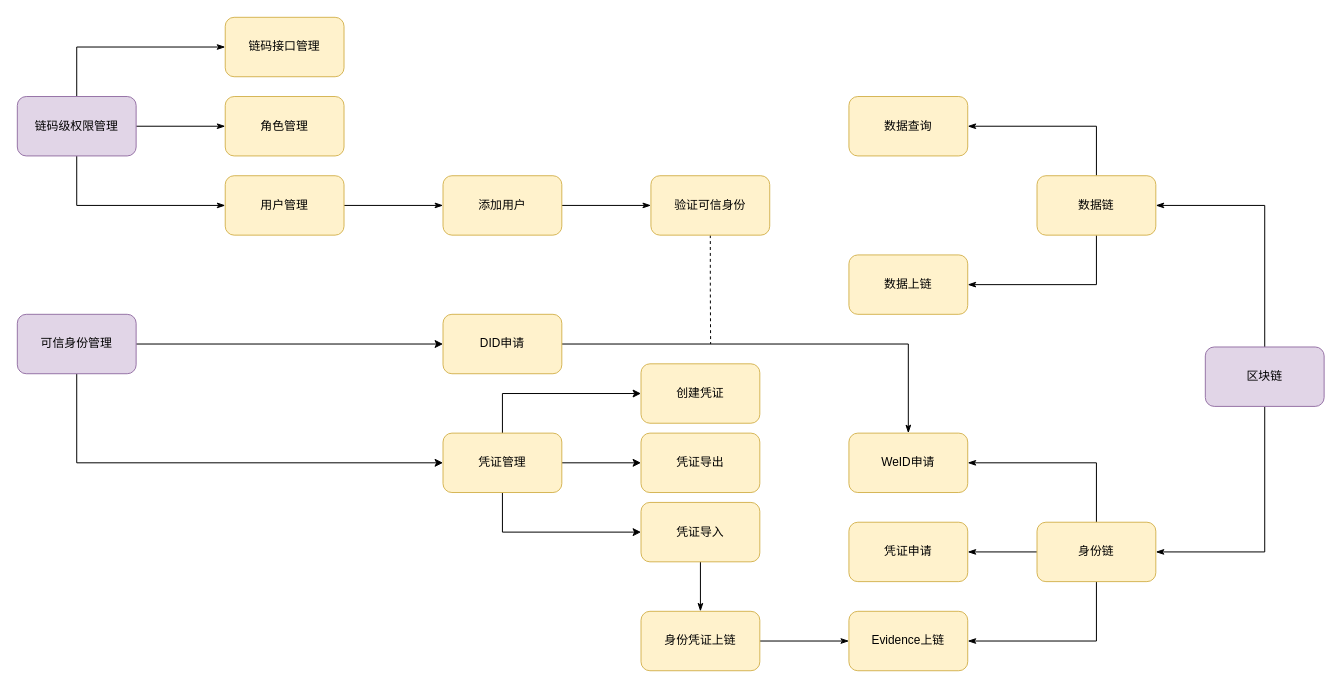
This is 业务流程图.drawio from doubleBeans/doubleBeans, a draw.io file, before an edit. Source tidied: cells renumbered, new cells numbered last; positions are measured from the earlier drawing's top-left corner, leaving out a move shared by most shapes. Both pictures are drawn from the tidied source at 99%, with x=0, y=0 at pixel (17, 17).
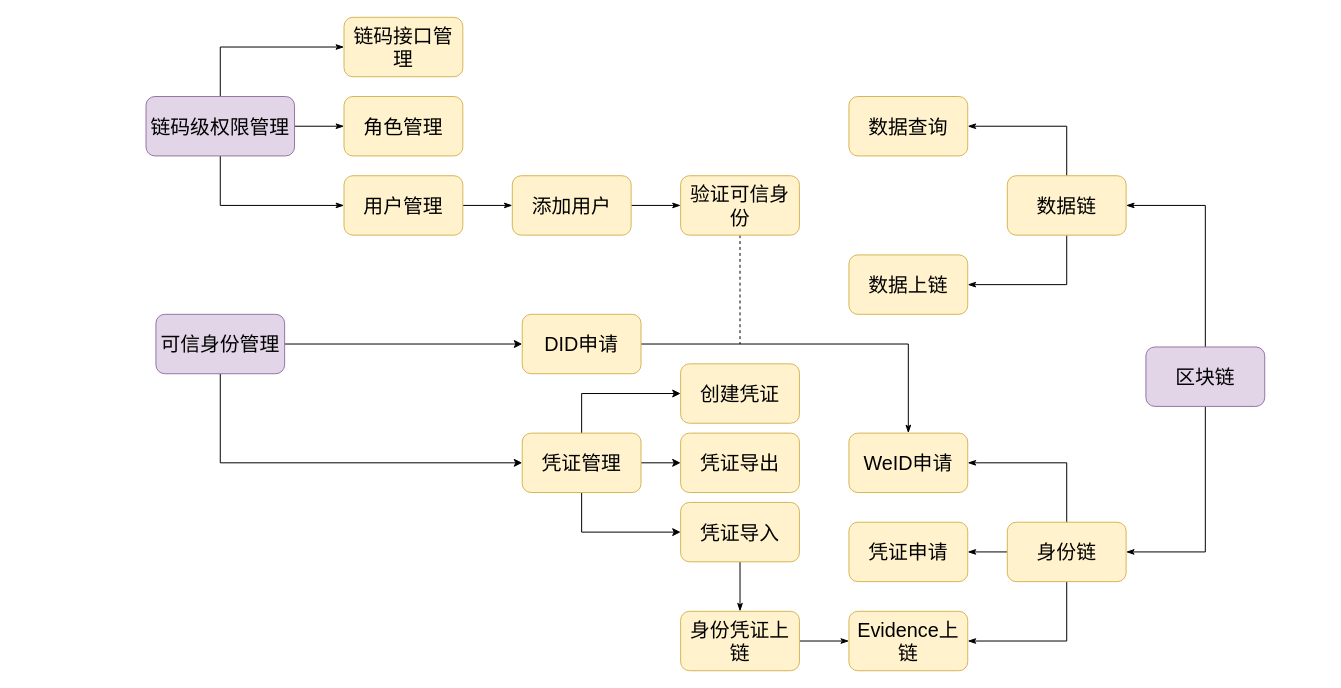
The same page after the edit.

Commit message:
Update 业务流程图.drawio

The edit, as a diff of the source:
```diff
@@
-    <mxCell id="2" style="edgeStyle=orthogonalEdgeStyle;rounded=0;jettySize=auto;html=1;exitX=0.5;exitY=1;exitDx=0;exitDy=0;entryX=0;entryY=0.5;entryDx=0;entryDy=0;" parent="1" edge="1" source="4" target="10">
+    <mxCell id="2" style="edgeStyle=orthogonalEdgeStyle;rounded=0;jettySize=auto;html=1;exitX=0.5;exitY=1;exitDx=0;exitDy=0;entryX=0;entryY=0.5;entryDx=0;entryDy=0;fontSize=20;" parent="1" edge="1" source="4" target="10">
       <mxGeometry relative="1" as="geometry" />
     </mxCell>
-    <mxCell id="3" style="edgeStyle=orthogonalEdgeStyle;rounded=0;jettySize=auto;html=1;exitX=1;exitY=0.5;exitDx=0;exitDy=0;" parent="1" edge="1" source="4" target="6">
+    <mxCell id="3" style="edgeStyle=orthogonalEdgeStyle;rounded=0;jettySize=auto;html=1;exitX=1;exitY=0.5;exitDx=0;exitDy=0;fontSize=20;" parent="1" edge="1" source="4" target="6">
       <mxGeometry relative="1" as="geometry" />
     </mxCell>
-    <mxCell id="4" value="可信身份管理" style="rounded=1;whiteSpace=wrap;html=1;fillColor=#e1d5e7;strokeColor=#9673a6;" parent="1" vertex="1">
-      <mxGeometry y="300" width="120" height="60" as="geometry" />
+    <mxCell id="4" value="可信身份管理" style="rounded=1;whiteSpace=wrap;html=1;fillColor=#e1d5e7;strokeColor=#9673a6;fontSize=20;" parent="1" vertex="1">
+      <mxGeometry x="140" y="300" width="130" height="60" as="geometry" />
     </mxCell>
-    <mxCell id="5" style="edgeStyle=orthogonalEdgeStyle;rounded=0;jettySize=auto;html=1;exitX=1;exitY=0.5;exitDx=0;exitDy=0;endArrow=classicThin;endFill=1;" parent="1" edge="1" source="6" target="19">
+    <mxCell id="5" style="edgeStyle=orthogonalEdgeStyle;rounded=0;jettySize=auto;html=1;exitX=1;exitY=0.5;exitDx=0;exitDy=0;endArrow=classicThin;endFill=1;fontSize=20;" parent="1" edge="1" source="6" target="19">
       <mxGeometry relative="1" as="geometry" />
     </mxCell>
-    <mxCell id="6" value="DID申请" style="rounded=1;whiteSpace=wrap;html=1;fillColor=#fff2cc;strokeColor=#d6b656;" parent="1" vertex="1">
-      <mxGeometry x="430" y="300" width="120" height="60" as="geometry" />
+    <mxCell id="6" value="DID申请" style="rounded=1;whiteSpace=wrap;html=1;fillColor=#fff2cc;strokeColor=#d6b656;fontSize=20;" parent="1" vertex="1">
+      <mxGeometry x="510" y="300" width="120" height="60" as="geometry" />
     </mxCell>
-    <mxCell id="7" style="edgeStyle=orthogonalEdgeStyle;rounded=0;jettySize=auto;html=1;exitX=0.5;exitY=0;exitDx=0;exitDy=0;entryX=0;entryY=0.5;entryDx=0;entryDy=0;" parent="1" edge="1" source="10" target="12">
+    <mxCell id="7" style="edgeStyle=orthogonalEdgeStyle;rounded=0;jettySize=auto;html=1;exitX=0.5;exitY=0;exitDx=0;exitDy=0;entryX=0;entryY=0.5;entryDx=0;entryDy=0;fontSize=20;" parent="1" edge="1" source="10" target="12">
       <mxGeometry relative="1" as="geometry" />
     </mxCell>
-    <mxCell id="8" style="edgeStyle=orthogonalEdgeStyle;rounded=0;jettySize=auto;html=1;exitX=1;exitY=0.5;exitDx=0;exitDy=0;entryX=0;entryY=0.5;entryDx=0;entryDy=0;" parent="1" edge="1" source="10" target="11">
+    <mxCell id="8" style="edgeStyle=orthogonalEdgeStyle;rounded=0;jettySize=auto;html=1;exitX=1;exitY=0.5;exitDx=0;exitDy=0;entryX=0;entryY=0.5;entryDx=0;entryDy=0;fontSize=20;" parent="1" edge="1" source="10" target="11">
       <mxGeometry relative="1" as="geometry" />
     </mxCell>
-    <mxCell id="9" style="edgeStyle=orthogonalEdgeStyle;rounded=0;jettySize=auto;html=1;exitX=0.5;exitY=1;exitDx=0;exitDy=0;entryX=0;entryY=0.5;entryDx=0;entryDy=0;" parent="1" edge="1" source="10" target="14">
+    <mxCell id="9" style="edgeStyle=orthogonalEdgeStyle;rounded=0;jettySize=auto;html=1;exitX=0.5;exitY=1;exitDx=0;exitDy=0;entryX=0;entryY=0.5;entryDx=0;entryDy=0;fontSize=20;" parent="1" edge="1" source="10" target="14">
       <mxGeometry relative="1" as="geometry" />
     </mxCell>
-    <mxCell id="10" value="凭证管理" style="rounded=1;whiteSpace=wrap;html=1;fillColor=#fff2cc;strokeColor=#d6b656;" parent="1" vertex="1">
-      <mxGeometry x="430" y="420" width="120" height="60" as="geometry" />
+    <mxCell id="10" value="凭证管理" style="rounded=1;whiteSpace=wrap;html=1;fillColor=#fff2cc;strokeColor=#d6b656;fontSize=20;" parent="1" vertex="1">
+      <mxGeometry x="510" y="420" width="120" height="60" as="geometry" />
     </mxCell>
-    <mxCell id="11" value="凭证导出" style="rounded=1;whiteSpace=wrap;html=1;fillColor=#fff2cc;strokeColor=#d6b656;" parent="1" vertex="1">
-      <mxGeometry x="630" y="420" width="120" height="60" as="geometry" />
+    <mxCell id="11" value="凭证导出" style="rounded=1;whiteSpace=wrap;html=1;fillColor=#fff2cc;strokeColor=#d6b656;fontSize=20;" parent="1" vertex="1">
+      <mxGeometry x="670" y="420" width="120" height="60" as="geometry" />
     </mxCell>
-    <mxCell id="12" value="创建凭证" style="rounded=1;whiteSpace=wrap;html=1;fillColor=#fff2cc;strokeColor=#d6b656;" parent="1" vertex="1">
-      <mxGeometry x="630" y="350" width="120" height="60" as="geometry" />
+    <mxCell id="12" value="创建凭证" style="rounded=1;whiteSpace=wrap;html=1;fillColor=#fff2cc;strokeColor=#d6b656;fontSize=20;" parent="1" vertex="1">
+      <mxGeometry x="670" y="350" width="120" height="60" as="geometry" />
     </mxCell>
-    <mxCell id="13" style="edgeStyle=orthogonalEdgeStyle;rounded=0;jettySize=auto;html=1;exitX=0.5;exitY=1;exitDx=0;exitDy=0;entryX=0.5;entryY=0;entryDx=0;entryDy=0;endArrow=classicThin;endFill=1;" parent="1" edge="1" source="14" target="16">
+    <mxCell id="13" style="edgeStyle=orthogonalEdgeStyle;rounded=0;jettySize=auto;html=1;exitX=0.5;exitY=1;exitDx=0;exitDy=0;entryX=0.5;entryY=0;entryDx=0;entryDy=0;endArrow=classicThin;endFill=1;fontSize=20;" parent="1" edge="1" source="14" target="16">
       <mxGeometry relative="1" as="geometry" />
     </mxCell>
-    <mxCell id="14" value="凭证导入" style="rounded=1;whiteSpace=wrap;html=1;fillColor=#fff2cc;strokeColor=#d6b656;" parent="1" vertex="1">
-      <mxGeometry x="630" y="490" width="120" height="60" as="geometry" />
+    <mxCell id="14" value="凭证导入" style="rounded=1;whiteSpace=wrap;html=1;fillColor=#fff2cc;strokeColor=#d6b656;fontSize=20;" parent="1" vertex="1">
+      <mxGeometry x="670" y="490" width="120" height="60" as="geometry" />
     </mxCell>
-    <mxCell id="15" style="edgeStyle=orthogonalEdgeStyle;rounded=0;jettySize=auto;html=1;exitX=1;exitY=0.5;exitDx=0;exitDy=0;entryX=0;entryY=0.5;entryDx=0;entryDy=0;endArrow=classicThin;endFill=1;" parent="1" edge="1" source="16" target="17">
+    <mxCell id="15" style="edgeStyle=orthogonalEdgeStyle;rounded=0;jettySize=auto;html=1;exitX=1;exitY=0.5;exitDx=0;exitDy=0;entryX=0;entryY=0.5;entryDx=0;entryDy=0;endArrow=classicThin;endFill=1;fontSize=20;" parent="1" edge="1" source="16" target="17">
       <mxGeometry relative="1" as="geometry" />
     </mxCell>
-    <mxCell id="16" value="身份凭证上链" style="rounded=1;whiteSpace=wrap;html=1;fillColor=#fff2cc;strokeColor=#d6b656;" parent="1" vertex="1">
-      <mxGeometry x="630" y="600" width="120" height="60" as="geometry" />
+    <mxCell id="16" value="身份凭证上链" style="rounded=1;whiteSpace=wrap;html=1;fillColor=#fff2cc;strokeColor=#d6b656;fontSize=20;" parent="1" vertex="1">
+      <mxGeometry x="670" y="600" width="120" height="60" as="geometry" />
     </mxCell>
-    <mxCell id="17" value="Evidence上链" style="rounded=1;whiteSpace=wrap;html=1;fillColor=#fff2cc;strokeColor=#d6b656;" parent="1" vertex="1">
+    <mxCell id="17" value="Evidence上链" style="rounded=1;whiteSpace=wrap;html=1;fillColor=#fff2cc;strokeColor=#d6b656;fontSize=20;" parent="1" vertex="1">
       <mxGeometry x="840" y="600" width="120" height="60" as="geometry" />
     </mxCell>
-    <mxCell id="18" value="凭证申请" style="rounded=1;whiteSpace=wrap;html=1;fillColor=#fff2cc;strokeColor=#d6b656;" parent="1" vertex="1">
+    <mxCell id="18" value="凭证申请" style="rounded=1;whiteSpace=wrap;html=1;fillColor=#fff2cc;strokeColor=#d6b656;fontSize=20;" parent="1" vertex="1">
       <mxGeometry x="840" y="510" width="120" height="60" as="geometry" />
     </mxCell>
-    <mxCell id="19" value="WeID申请" style="rounded=1;whiteSpace=wrap;html=1;fillColor=#fff2cc;strokeColor=#d6b656;" parent="1" vertex="1">
+    <mxCell id="19" value="WeID申请" style="rounded=1;whiteSpace=wrap;html=1;fillColor=#fff2cc;strokeColor=#d6b656;fontSize=20;" parent="1" vertex="1">
       <mxGeometry x="840" y="420" width="120" height="60" as="geometry" />
     </mxCell>
-    <mxCell id="20" style="edgeStyle=orthogonalEdgeStyle;rounded=0;jettySize=auto;html=1;exitX=0.5;exitY=1;exitDx=0;exitDy=0;entryX=1;entryY=0.5;entryDx=0;entryDy=0;endArrow=classicThin;endFill=1;" parent="1" edge="1" source="23" target="17">
+    <mxCell id="20" style="edgeStyle=orthogonalEdgeStyle;rounded=0;jettySize=auto;html=1;exitX=0.5;exitY=1;exitDx=0;exitDy=0;entryX=1;entryY=0.5;entryDx=0;entryDy=0;endArrow=classicThin;endFill=1;fontSize=20;" parent="1" edge="1" source="23" target="17">
       <mxGeometry relative="1" as="geometry" />
     </mxCell>
-    <mxCell id="21" style="edgeStyle=orthogonalEdgeStyle;rounded=0;jettySize=auto;html=1;exitX=0;exitY=0.5;exitDx=0;exitDy=0;entryX=1;entryY=0.5;entryDx=0;entryDy=0;endArrow=classicThin;endFill=1;" parent="1" edge="1" source="23" target="18">
+    <mxCell id="21" style="edgeStyle=orthogonalEdgeStyle;rounded=0;jettySize=auto;html=1;exitX=0;exitY=0.5;exitDx=0;exitDy=0;entryX=1;entryY=0.5;entryDx=0;entryDy=0;endArrow=classicThin;endFill=1;fontSize=20;" parent="1" edge="1" source="23" target="18">
       <mxGeometry relative="1" as="geometry" />
     </mxCell>
-    <mxCell id="22" style="edgeStyle=orthogonalEdgeStyle;rounded=0;jettySize=auto;html=1;exitX=0.5;exitY=0;exitDx=0;exitDy=0;entryX=1;entryY=0.5;entryDx=0;entryDy=0;endArrow=classicThin;endFill=1;" parent="1" edge="1" source="23" target="19">
+    <mxCell id="22" style="edgeStyle=orthogonalEdgeStyle;rounded=0;jettySize=auto;html=1;exitX=0.5;exitY=0;exitDx=0;exitDy=0;entryX=1;entryY=0.5;entryDx=0;entryDy=0;endArrow=classicThin;endFill=1;fontSize=20;" parent="1" edge="1" source="23" target="19">
       <mxGeometry relative="1" as="geometry" />
     </mxCell>
-    <mxCell id="23" value="身份链" style="rounded=1;whiteSpace=wrap;html=1;fillColor=#fff2cc;strokeColor=#d6b656;" parent="1" vertex="1">
-      <mxGeometry x="1030" y="510" width="120" height="60" as="geometry" />
+    <mxCell id="23" value="身份链" style="rounded=1;whiteSpace=wrap;html=1;fillColor=#fff2cc;strokeColor=#d6b656;fontSize=20;" parent="1" vertex="1">
+      <mxGeometry x="1000" y="510" width="120" height="60" as="geometry" />
     </mxCell>
-    <mxCell id="24" style="edgeStyle=orthogonalEdgeStyle;rounded=0;jettySize=auto;html=1;exitX=0.5;exitY=1;exitDx=0;exitDy=0;entryX=1;entryY=0.5;entryDx=0;entryDy=0;endArrow=classicThin;endFill=1;" parent="1" edge="1" source="26" target="23">
+    <mxCell id="24" style="edgeStyle=orthogonalEdgeStyle;rounded=0;jettySize=auto;html=1;exitX=0.5;exitY=1;exitDx=0;exitDy=0;entryX=1;entryY=0.5;entryDx=0;entryDy=0;endArrow=classicThin;endFill=1;fontSize=20;" parent="1" edge="1" source="26" target="23">
       <mxGeometry relative="1" as="geometry" />
     </mxCell>
-    <mxCell id="25" style="edgeStyle=orthogonalEdgeStyle;rounded=0;jettySize=auto;html=1;exitX=0.5;exitY=0;exitDx=0;exitDy=0;entryX=1;entryY=0.5;entryDx=0;entryDy=0;endArrow=classicThin;endFill=1;" parent="1" edge="1" source="26" target="41">
+    <mxCell id="25" style="edgeStyle=orthogonalEdgeStyle;rounded=0;jettySize=auto;html=1;exitX=0.5;exitY=0;exitDx=0;exitDy=0;entryX=1;entryY=0.5;entryDx=0;entryDy=0;endArrow=classicThin;endFill=1;fontSize=20;" parent="1" edge="1" source="26" target="41">
       <mxGeometry relative="1" as="geometry" />
     </mxCell>
-    <mxCell id="26" value="区块链" style="rounded=1;whiteSpace=wrap;html=1;fillColor=#e1d5e7;strokeColor=#9673a6;" parent="1" vertex="1">
-      <mxGeometry x="1200" y="333" width="120" height="60" as="geometry" />
+    <mxCell id="26" value="区块链" style="rounded=1;whiteSpace=wrap;html=1;fillColor=#e1d5e7;strokeColor=#9673a6;fontSize=20;" parent="1" vertex="1">
+      <mxGeometry x="1140" y="333" width="120" height="60" as="geometry" />
     </mxCell>
-    <mxCell id="27" style="edgeStyle=orthogonalEdgeStyle;rounded=0;jettySize=auto;html=1;exitX=1;exitY=0.5;exitDx=0;exitDy=0;endArrow=classicThin;endFill=1;" parent="1" edge="1" source="30" target="33">
+    <mxCell id="27" style="edgeStyle=orthogonalEdgeStyle;rounded=0;jettySize=auto;html=1;exitX=1;exitY=0.5;exitDx=0;exitDy=0;endArrow=classicThin;endFill=1;fontSize=20;" parent="1" edge="1" source="30" target="33">
       <mxGeometry relative="1" as="geometry" />
     </mxCell>
-    <mxCell id="28" style="edgeStyle=orthogonalEdgeStyle;rounded=0;jettySize=auto;html=1;exitX=0.5;exitY=0;exitDx=0;exitDy=0;entryX=0;entryY=0.5;entryDx=0;entryDy=0;endArrow=classicThin;endFill=1;" parent="1" edge="1" source="30" target="34">
+    <mxCell id="28" style="edgeStyle=orthogonalEdgeStyle;rounded=0;jettySize=auto;html=1;exitX=0.5;exitY=0;exitDx=0;exitDy=0;entryX=0;entryY=0.5;entryDx=0;entryDy=0;endArrow=classicThin;endFill=1;fontSize=20;" parent="1" edge="1" source="30" target="34">
       <mxGeometry relative="1" as="geometry" />
     </mxCell>
-    <mxCell id="29" style="edgeStyle=orthogonalEdgeStyle;rounded=0;jettySize=auto;html=1;exitX=0.5;exitY=1;exitDx=0;exitDy=0;entryX=0;entryY=0.5;entryDx=0;entryDy=0;endArrow=classicThin;endFill=1;" parent="1" edge="1" source="30" target="32">
+    <mxCell id="29" style="edgeStyle=orthogonalEdgeStyle;rounded=0;jettySize=auto;html=1;exitX=0.5;exitY=1;exitDx=0;exitDy=0;entryX=0;entryY=0.5;entryDx=0;entryDy=0;endArrow=classicThin;endFill=1;fontSize=20;" parent="1" edge="1" source="30" target="32">
       <mxGeometry relative="1" as="geometry" />
     </mxCell>
-    <mxCell id="30" value="链码级权限管理" style="rounded=1;whiteSpace=wrap;html=1;fillColor=#e1d5e7;strokeColor=#9673a6;" parent="1" vertex="1">
-      <mxGeometry y="80" width="120" height="60" as="geometry" />
+    <mxCell id="30" value="链码级权限管理" style="rounded=1;whiteSpace=wrap;html=1;fillColor=#e1d5e7;strokeColor=#9673a6;fontSize=20;" parent="1" vertex="1">
+      <mxGeometry x="130" y="80" width="150" height="60" as="geometry" />
     </mxCell>
-    <mxCell id="31" style="edgeStyle=orthogonalEdgeStyle;rounded=0;jettySize=auto;html=1;exitX=1;exitY=0.5;exitDx=0;exitDy=0;entryX=0;entryY=0.5;entryDx=0;entryDy=0;endArrow=classicThin;endFill=1;" parent="1" edge="1" source="32" target="36">
+    <mxCell id="31" style="edgeStyle=orthogonalEdgeStyle;rounded=0;jettySize=auto;html=1;exitX=1;exitY=0.5;exitDx=0;exitDy=0;entryX=0;entryY=0.5;entryDx=0;entryDy=0;endArrow=classicThin;endFill=1;fontSize=20;" parent="1" edge="1" source="32" target="36">
       <mxGeometry relative="1" as="geometry" />
     </mxCell>
-    <mxCell id="32" value="用户管理" style="rounded=1;whiteSpace=wrap;html=1;fillColor=#fff2cc;strokeColor=#d6b656;" parent="1" vertex="1">
-      <mxGeometry x="210" y="160" width="120" height="60" as="geometry" />
+    <mxCell id="32" value="用户管理" style="rounded=1;whiteSpace=wrap;html=1;fillColor=#fff2cc;strokeColor=#d6b656;fontSize=20;" parent="1" vertex="1">
+      <mxGeometry x="330" y="160" width="120" height="60" as="geometry" />
     </mxCell>
-    <mxCell id="33" value="角色管理" style="rounded=1;whiteSpace=wrap;html=1;fillColor=#fff2cc;strokeColor=#d6b656;" parent="1" vertex="1">
-      <mxGeometry x="210" y="80" width="120" height="60" as="geometry" />
+    <mxCell id="33" value="角色管理" style="rounded=1;whiteSpace=wrap;html=1;fillColor=#fff2cc;strokeColor=#d6b656;fontSize=20;" parent="1" vertex="1">
+      <mxGeometry x="330" y="80" width="120" height="60" as="geometry" />
     </mxCell>
-    <mxCell id="34" value="链码接口管理" style="rounded=1;whiteSpace=wrap;html=1;fillColor=#fff2cc;strokeColor=#d6b656;" parent="1" vertex="1">
-      <mxGeometry x="210" width="120" height="60" as="geometry" />
+    <mxCell id="34" value="链码接口管理" style="rounded=1;whiteSpace=wrap;html=1;fillColor=#fff2cc;strokeColor=#d6b656;fontSize=20;" parent="1" vertex="1">
+      <mxGeometry x="330" width="120" height="60" as="geometry" />
     </mxCell>
-    <mxCell id="35" style="edgeStyle=orthogonalEdgeStyle;rounded=0;jettySize=auto;html=1;exitX=1;exitY=0.5;exitDx=0;exitDy=0;endArrow=classicThin;endFill=1;" parent="1" edge="1" source="36" target="38">
+    <mxCell id="35" style="edgeStyle=orthogonalEdgeStyle;rounded=0;jettySize=auto;html=1;exitX=1;exitY=0.5;exitDx=0;exitDy=0;endArrow=classicThin;endFill=1;fontSize=20;" parent="1" edge="1" source="36" target="38">
       <mxGeometry relative="1" as="geometry" />
     </mxCell>
-    <mxCell id="36" value="添加用户" style="rounded=1;whiteSpace=wrap;html=1;fillColor=#fff2cc;strokeColor=#d6b656;" parent="1" vertex="1">
-      <mxGeometry x="430" y="160" width="120" height="60" as="geometry" />
+    <mxCell id="36" value="添加用户" style="rounded=1;whiteSpace=wrap;html=1;fillColor=#fff2cc;strokeColor=#d6b656;fontSize=20;" parent="1" vertex="1">
+      <mxGeometry x="500" y="160" width="120" height="60" as="geometry" />
     </mxCell>
-    <mxCell id="37" style="edgeStyle=orthogonalEdgeStyle;rounded=0;jettySize=auto;html=1;exitX=0.5;exitY=1;exitDx=0;exitDy=0;endArrow=none;endFill=0;dashed=1;" parent="1" edge="1" source="38">
+    <mxCell id="37" style="edgeStyle=orthogonalEdgeStyle;rounded=0;jettySize=auto;html=1;exitX=0.5;exitY=1;exitDx=0;exitDy=0;endArrow=none;endFill=0;dashed=1;fontSize=20;" parent="1" edge="1" source="38">
       <mxGeometry relative="1" as="geometry">
-        <mxPoint x="700.3" y="330" as="targetPoint" />
+        <mxPoint x="730" y="330" as="targetPoint" />
       </mxGeometry>
     </mxCell>
-    <mxCell id="38" value="验证可信身份" style="rounded=1;whiteSpace=wrap;html=1;fillColor=#fff2cc;strokeColor=#d6b656;" parent="1" vertex="1">
-      <mxGeometry x="640" y="160" width="120" height="60" as="geometry" />
+    <mxCell id="38" value="验证可信身份" style="rounded=1;whiteSpace=wrap;html=1;fillColor=#fff2cc;strokeColor=#d6b656;fontSize=20;" parent="1" vertex="1">
+      <mxGeometry x="670" y="160" width="120" height="60" as="geometry" />
     </mxCell>
-    <mxCell id="39" style="edgeStyle=orthogonalEdgeStyle;rounded=0;jettySize=auto;html=1;exitX=0.5;exitY=0;exitDx=0;exitDy=0;entryX=1;entryY=0.5;entryDx=0;entryDy=0;endArrow=classicThin;endFill=1;" parent="1" edge="1" source="41" target="43">
+    <mxCell id="39" style="edgeStyle=orthogonalEdgeStyle;rounded=0;jettySize=auto;html=1;exitX=0.5;exitY=0;exitDx=0;exitDy=0;entryX=1;entryY=0.5;entryDx=0;entryDy=0;endArrow=classicThin;endFill=1;fontSize=20;" parent="1" edge="1" source="41" target="43">
       <mxGeometry relative="1" as="geometry" />
     </mxCell>
-    <mxCell id="40" style="edgeStyle=orthogonalEdgeStyle;rounded=0;jettySize=auto;html=1;exitX=0.5;exitY=1;exitDx=0;exitDy=0;entryX=1;entryY=0.5;entryDx=0;entryDy=0;endArrow=classicThin;endFill=1;" parent="1" edge="1" source="41" target="42">
+    <mxCell id="40" style="edgeStyle=orthogonalEdgeStyle;rounded=0;jettySize=auto;html=1;exitX=0.5;exitY=1;exitDx=0;exitDy=0;entryX=1;entryY=0.5;entryDx=0;entryDy=0;endArrow=classicThin;endFill=1;fontSize=20;" parent="1" edge="1" source="41" target="42">
       <mxGeometry relative="1" as="geometry" />
     </mxCell>
-    <mxCell id="41" value="数据链" style="rounded=1;whiteSpace=wrap;html=1;fillColor=#fff2cc;strokeColor=#d6b656;" parent="1" vertex="1">
-      <mxGeometry x="1030" y="160" width="120" height="60" as="geometry" />
+    <mxCell id="41" value="数据链" style="rounded=1;whiteSpace=wrap;html=1;fillColor=#fff2cc;strokeColor=#d6b656;fontSize=20;" parent="1" vertex="1">
+      <mxGeometry x="1000" y="160" width="120" height="60" as="geometry" />
     </mxCell>
-    <mxCell id="42" value="数据上链" style="rounded=1;whiteSpace=wrap;html=1;fillColor=#fff2cc;strokeColor=#d6b656;" parent="1" vertex="1">
+    <mxCell id="42" value="数据上链" style="rounded=1;whiteSpace=wrap;html=1;fillColor=#fff2cc;strokeColor=#d6b656;fontSize=20;" parent="1" vertex="1">
       <mxGeometry x="840" y="240" width="120" height="60" as="geometry" />
     </mxCell>
-    <mxCell id="43" value="数据查询" style="rounded=1;whiteSpace=wrap;html=1;fillColor=#fff2cc;strokeColor=#d6b656;" parent="1" vertex="1">
+    <mxCell id="43" value="数据查询" style="rounded=1;whiteSpace=wrap;html=1;fillColor=#fff2cc;strokeColor=#d6b656;fontSize=20;" parent="1" vertex="1">
       <mxGeometry x="840" y="80" width="120" height="60" as="geometry" />
     </mxCell>
```
